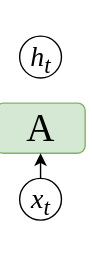
Earlier version of the draw.io export RNN.drawio.svg (master-fency/plot). Source tidied: cells renumbered, new cells last; positions are measured from the earlier drawing's top-left corner, leaving out a move shared by most shapes.
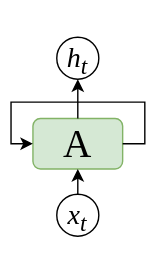
Above is the later version.

Diff of the diagram source:
```diff
@@ -6,7 +6,7 @@
       <mxGeometry y="48" width="64" height="36" as="geometry" />
     </mxCell>
     <mxCell id="3" value="&lt;font face=&quot;Times New Roman&quot;&gt;&lt;span style=&quot;font-size: 20px;&quot;&gt;&lt;i&gt;h&lt;sub&gt;t&lt;/sub&gt;&lt;/i&gt;&lt;/span&gt;&lt;/font&gt;" style="ellipse;whiteSpace=wrap;html=1;shapeInside=1;" parent="1" vertex="1">
-      <mxGeometry x="17" width="30" height="30" as="geometry" />
+      <mxGeometry x="17" y="-10" width="30" height="30" as="geometry" />
     </mxCell>
     <mxCell id="4" style="edgeStyle=orthogonalEdgeStyle;rounded=0;jettySize=auto;html=1;exitX=0.5;exitY=0;exitDx=0;exitDy=0;entryX=0.5;entryY=1;entryDx=0;entryDy=0;" parent="1" edge="1" source="5" target="2">
       <mxGeometry relative="1" as="geometry" />
@@ -14,5 +14,18 @@
     <mxCell id="5" value="&lt;font face=&quot;Times New Roman&quot;&gt;&lt;span style=&quot;font-size: 20px;&quot;&gt;&lt;i&gt;x&lt;sub&gt;t&lt;/sub&gt;&lt;/i&gt;&lt;/span&gt;&lt;/font&gt;" style="ellipse;whiteSpace=wrap;html=1;shapeInside=1;" parent="1" vertex="1">
       <mxGeometry x="17" y="102" width="30" height="30" as="geometry" />
     </mxCell>
+    <mxCell id="6" style="endArrow=classic;html=1;rounded=0;exitX=0.5;exitY=0;exitDx=0;exitDy=0;entryX=0.5;entryY=1;entryDx=0;entryDy=0;" parent="1" edge="1" source="2" target="3">
+      <mxGeometry relative="1" as="geometry" />
+    </mxCell>
+    <mxCell id="7" style="edgeStyle=orthogonalEdgeStyle;rounded=0;orthogonalLoop=1;jettySize=auto;html=1;innerLoopWaypoints=1;exitX=1;exitY=0.5;exitDx=0;exitDy=0;entryX=0;entryY=0.5;entryDx=0;entryDy=0;" parent="1" edge="1" source="2" target="2">
+      <mxGeometry relative="1" as="geometry">
+        <Array as="points">
+          <mxPoint x="79.8" y="66" />
+          <mxPoint x="79.8" y="36.3" />
+          <mxPoint x="-15.6" y="36.3" />
+          <mxPoint x="-15.6" y="66" />
+        </Array>
+      </mxGeometry>
+    </mxCell>
   </root>
 </mxGraphModel>
```
